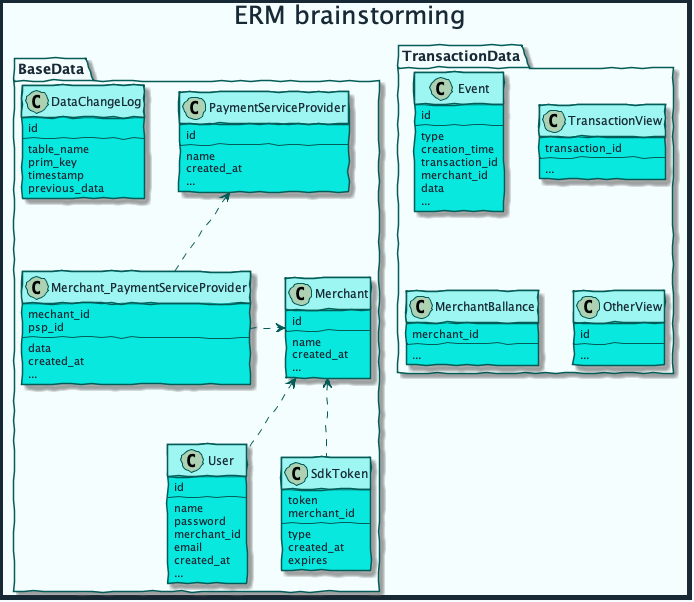
mobilabsolutions/stash-sdk-wiki keeps this PlantUML diagram as diagrams/out/erm.png. Above is the earlier version.
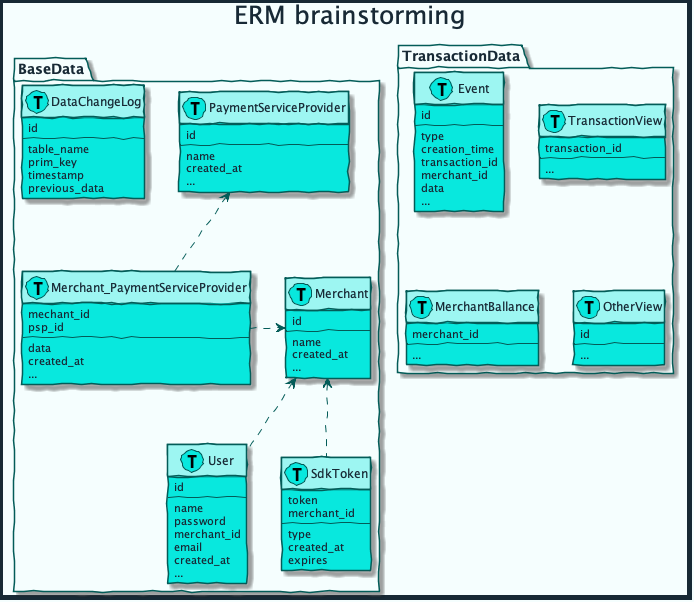
Above is the later version.

Change to the diagram source:
```diff
@@ -1,4 +1,6 @@
 @startuml erm
+
+
 
 skinparam handwritten true
 skinparam sequenceMessageAlign center
@@ -47,7 +49,7 @@
 
 package BaseData {
 
-    class User {
+    class User << (T, #08E8DE) >> {
         id
         --
         name
@@ -58,7 +60,7 @@
         ...
     }
 
-    class Merchant {
+    class Merchant << (T, #08E8DE) >>{
         id
         --
         name
@@ -66,7 +68,7 @@
         ...
     }
 
-    class Merchant_PaymentServiceProvider {
+    class Merchant_PaymentServiceProvider << (T, #08E8DE) >>{
         mechant_id
         psp_id
         --
@@ -75,7 +77,7 @@
         ...
     }
 
-    class PaymentServiceProvider {
+    class PaymentServiceProvider << (T, #08E8DE) >>{
         id
         --
         name
@@ -83,7 +85,7 @@
         ...
     }
 
-    class DataChangeLog {
+    class DataChangeLog << (T, #08E8DE) >>{
         id
         --
         table_name
@@ -92,7 +94,7 @@
         previous_data
     }
 
-    class SdkToken {
+    class SdkToken << (T, #08E8DE) >>{
         token
         merchant_id
         --
@@ -109,7 +111,7 @@
 
 package TransactionData {
 
-    class Event {
+    class Event << (T, #08E8DE) >>{
         id
         --
         type
@@ -120,19 +122,19 @@
         ...
     }
 
-    class TransactionView {
+    class TransactionView << (T, #08E8DE) >>{
         transaction_id
         --
         ...
     }
 
-    class MerchantBallance {
+    class MerchantBallance << (T, #08E8DE) >>{
         merchant_id
         --
         ...
     }
 
-    class OtherView {
+    class OtherView << (T, #08E8DE) >>{
         id
         --
         ...
```
